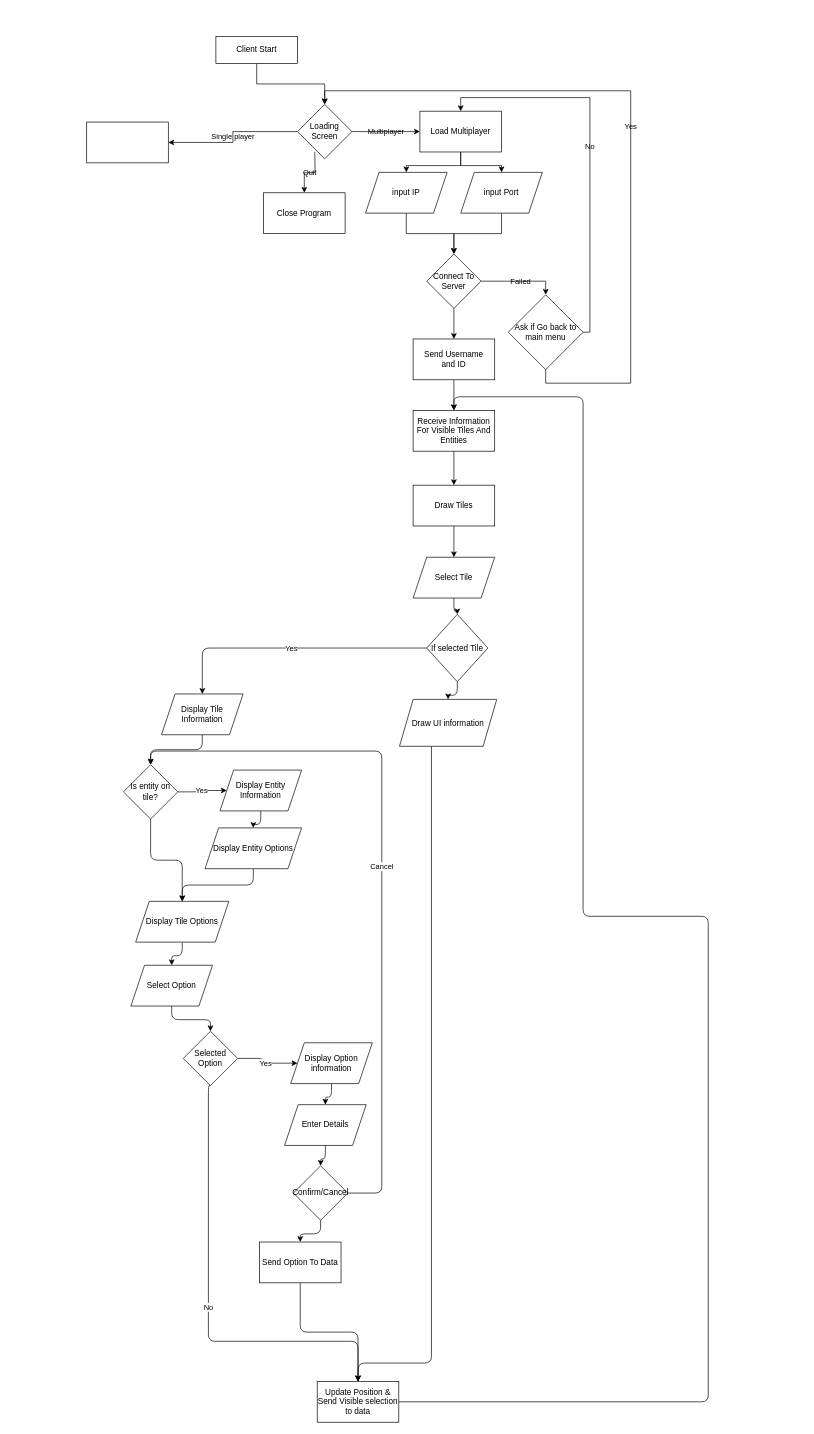
Above: DevLog/Untitled Diagram.drawio in Another-Ashl3y/monarchytiles (draw.io), before the change. Source tidied: cells renumbered, new cells numbered last; positions are measured from the earlier drawing's top-left corner, leaving out a move shared by most shapes. Both pictures are drawn from the tidied source at 68%, with x=0, y=0 at pixel (86, 36).
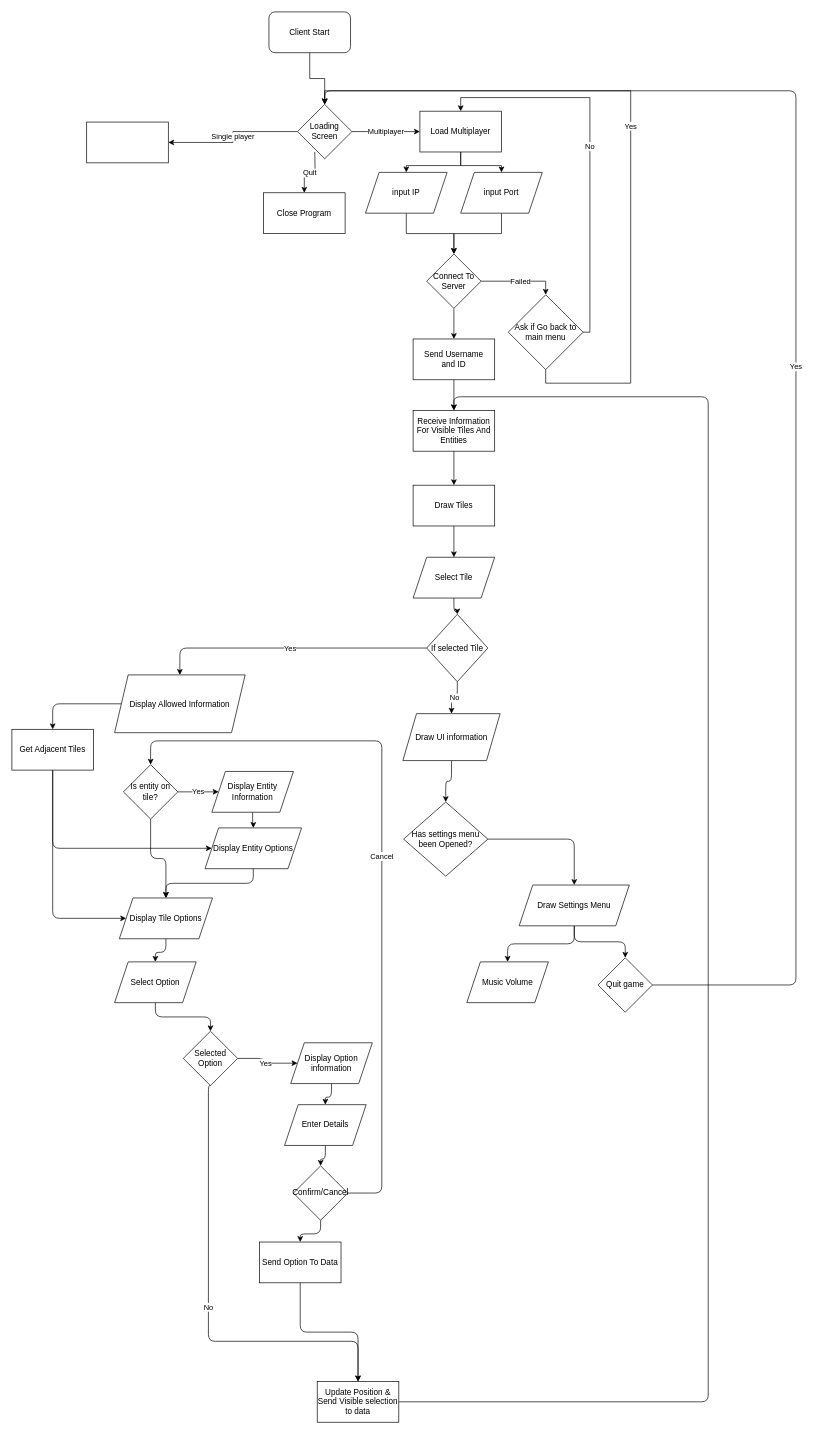
Above is the later version.

The change refers to these unchanged cells:
```xml
<mxCell id="6" value="Loading Screen" style="rhombus;whiteSpace=wrap;html=1;rounded=0;labelBackgroundColor=none;" parent="1" vertex="1">
  <mxGeometry x="310" y="100" width="80" height="80" as="geometry" />
</mxCell>
<mxCell id="9" value="Load Multiplayer" style="rounded=0;whiteSpace=wrap;html=1;labelBackgroundColor=none;" parent="1" vertex="1">
  <mxGeometry x="490" y="110" width="120" height="60" as="geometry" />
</mxCell>
<mxCell id="10" style="rounded=0;whiteSpace=wrap;html=1;labelBackgroundColor=none;" parent="1" vertex="1">
  <mxGeometry y="126" width="120" height="60" as="geometry" />
</mxCell>
<mxCell id="17" value="Connect To Server" style="rhombus;whiteSpace=wrap;html=1;rounded=0;labelBackgroundColor=none;" parent="1" vertex="1">
  <mxGeometry x="500" y="320" width="80" height="80" as="geometry" />
</mxCell>
<mxCell id="18" value="Close Program" style="rounded=0;whiteSpace=wrap;html=1;labelBackgroundColor=none;" parent="1" vertex="1">
  <mxGeometry x="260" y="230" width="120" height="60" as="geometry" />
</mxCell>
<mxCell id="22" value="Ask if Go back to main menu" style="rhombus;whiteSpace=wrap;html=1;rounded=0;labelBackgroundColor=none;" parent="1" vertex="1">
  <mxGeometry x="620" y="380" width="110" height="110" as="geometry" />
</mxCell>
<mxCell id="26" value="Receive Information For Visible Tiles And Entities" style="rounded=0;whiteSpace=wrap;html=1;labelBackgroundColor=none;" parent="1" vertex="1">
  <mxGeometry x="480" y="550" width="120" height="60" as="geometry" />
</mxCell>
<mxCell id="35" value="Is entity on tile?" style="rhombus;whiteSpace=wrap;html=1;" parent="1" vertex="1">
  <mxGeometry x="54" y="1071" width="80" height="80" as="geometry" />
</mxCell>
<mxCell id="41" value="Display Entity Options" style="shape=parallelogram;perimeter=parallelogramPerimeter;whiteSpace=wrap;html=1;fixedSize=1;" parent="1" vertex="1">
  <mxGeometry x="174" y="1164" width="142" height="60" as="geometry" />
</mxCell>
<mxCell id="44" value="If selected Tile" style="rhombus;whiteSpace=wrap;html=1;" parent="1" vertex="1">
  <mxGeometry x="500" y="850" width="90" height="99" as="geometry" />
</mxCell>
<mxCell id="56" value="Confirm/Cancel" style="rhombus;whiteSpace=wrap;html=1;" parent="1" vertex="1">
  <mxGeometry x="304" y="1661" width="80" height="80" as="geometry" />
</mxCell>
<mxCell id="60" value="Update Position &amp;amp; Send Visible selection to data" style="rounded=0;whiteSpace=wrap;html=1;" parent="1" vertex="1">
  <mxGeometry x="339" y="1978" width="120" height="60" as="geometry" />
</mxCell>
```

Change to the diagram source:
```diff
@@
-    <mxCell id="2" style="edgeStyle=orthogonalEdgeStyle;rounded=0;jettySize=auto;html=1;exitX=0.5;exitY=1;exitDx=0;exitDy=0;entryX=0.5;entryY=0;entryDx=0;entryDy=0;labelBackgroundColor=none;fontColor=default;" parent="1" edge="1" source="3" target="6">
+    <mxCell id="2" style="edgeStyle=orthogonalEdgeStyle;rounded=0;jettySize=auto;html=1;entryX=0.5;entryY=0;entryDx=0;entryDy=0;labelBackgroundColor=none;fontColor=default;exitX=0.5;exitY=1;exitDx=0;exitDy=0;" parent="1" edge="1" source="3" target="6">
       <mxGeometry relative="1" as="geometry" />
     </mxCell>
-    <mxCell id="3" value="Client Start" style="rounded=0;whiteSpace=wrap;html=1;fontSize=12;glass=0;strokeWidth=1;shadow=0;labelBackgroundColor=none;" parent="1" vertex="1">
-      <mxGeometry x="190" width="120" height="40" as="geometry" />
-    </mxCell>
-    <mxCell id="4" value="Multiplayer" style="edgeStyle=orthogonalEdgeStyle;rounded=0;jettySize=auto;html=1;entryX=0;entryY=0.5;entryDx=0;entryDy=0;labelBackgroundColor=none;fontColor=default;" parent="1" edge="1" source="6" target="9">
+    <mxCell id="4" value="Multiplayer" style="edgeStyle=orthogonalEdgeStyle;rounded=0;jettySize=auto;html=1;entryX=0;entryY=0.5;entryDx=0;entryDy=0;labelBackgroundColor=default;fontColor=default;" parent="1" edge="1" source="6" target="9">
       <mxGeometry relative="1" as="geometry" />
     </mxCell>
-    <mxCell id="5" value="Single player" style="edgeStyle=orthogonalEdgeStyle;rounded=0;jettySize=auto;html=1;entryX=1;entryY=0.5;entryDx=0;entryDy=0;labelBackgroundColor=none;fontColor=default;" parent="1" edge="1" source="6" target="10">
+    <mxCell id="5" value="Single player" style="edgeStyle=orthogonalEdgeStyle;rounded=0;jettySize=auto;html=1;entryX=1;entryY=0.5;entryDx=0;entryDy=0;labelBackgroundColor=default;fontColor=default;" parent="1" edge="1" source="6" target="10">
       <mxGeometry relative="1" as="geometry" />
     </mxCell>
@@
-    <mxCell id="15" value="Failed" style="edgeStyle=orthogonalEdgeStyle;rounded=0;jettySize=auto;html=1;entryX=0.5;entryY=0;entryDx=0;entryDy=0;labelBackgroundColor=none;fontColor=default;" parent="1" edge="1" source="17" target="22">
+    <mxCell id="15" value="Failed" style="edgeStyle=orthogonalEdgeStyle;rounded=0;jettySize=auto;html=1;entryX=0.5;entryY=0;entryDx=0;entryDy=0;labelBackgroundColor=default;fontColor=default;" parent="1" edge="1" source="17" target="22">
       <mxGeometry relative="1" as="geometry" />
     </mxCell>
@@
-    <mxCell id="19" value="Quit" style="edgeStyle=orthogonalEdgeStyle;rounded=0;jettySize=auto;html=1;entryX=0.5;entryY=0;entryDx=0;entryDy=0;labelBackgroundColor=none;fontColor=default;" parent="1" edge="1" target="18">
+    <mxCell id="19" value="Quit" style="edgeStyle=orthogonalEdgeStyle;rounded=0;jettySize=auto;html=1;entryX=0.5;entryY=0;entryDx=0;entryDy=0;labelBackgroundColor=default;fontColor=default;" parent="1" edge="1" target="18">
       <mxGeometry relative="1" as="geometry">
         <mxPoint x="335.4" y="170" as="sourcePoint" />
       </mxGeometry>
     </mxCell>
-    <mxCell id="20" value="&lt;div&gt;No&lt;/div&gt;" style="edgeStyle=orthogonalEdgeStyle;rounded=0;jettySize=auto;html=1;entryX=0.5;entryY=0;entryDx=0;entryDy=0;labelBackgroundColor=none;fontColor=default;" parent="1" edge="1" source="22" target="9">
+    <mxCell id="20" value="&lt;div&gt;No&lt;/div&gt;" style="edgeStyle=orthogonalEdgeStyle;rounded=0;jettySize=auto;html=1;entryX=0.5;entryY=0;entryDx=0;entryDy=0;labelBackgroundColor=default;fontColor=default;" parent="1" edge="1" source="22" target="9">
       <mxGeometry relative="1" as="geometry">
         <Array as="points">
           <mxPoint x="740" y="435" />
           <mxPoint x="740" y="90" />
           <mxPoint x="550" y="90" />
         </Array>
       </mxGeometry>
     </mxCell>
-    <mxCell id="21" value="Yes" style="edgeStyle=orthogonalEdgeStyle;rounded=0;jettySize=auto;html=1;exitX=0.5;exitY=1;exitDx=0;exitDy=0;entryX=0.5;entryY=0;entryDx=0;entryDy=0;labelBackgroundColor=none;fontColor=default;" parent="1" edge="1" source="22" target="6">
+    <mxCell id="21" value="Yes" style="edgeStyle=orthogonalEdgeStyle;rounded=0;jettySize=auto;html=1;exitX=0.5;exitY=1;exitDx=0;exitDy=0;entryX=0.5;entryY=0;entryDx=0;entryDy=0;labelBackgroundColor=default;fontColor=default;" parent="1" edge="1" source="22" target="6">
       <mxGeometry relative="1" as="geometry">
         <Array as="points">
           <mxPoint x="675" y="510" />
           <mxPoint x="800" y="510" />
           <mxPoint x="800" y="80" />
           <mxPoint x="350" y="80" />
         </Array>
       </mxGeometry>
     </mxCell>
@@
-    <mxCell id="31" style="edgeStyle=orthogonalEdgeStyle;jettySize=auto;html=1;entryX=0.5;entryY=0;entryDx=0;entryDy=0;" parent="1" edge="1" source="32" target="35">
-      <mxGeometry relative="1" as="geometry" />
-    </mxCell>
+    <mxCell id="63" style="edgeStyle=orthogonalEdgeStyle;jettySize=auto;html=1;entryX=0.5;entryY=0;entryDx=0;entryDy=0;" parent="1" edge="1" source="32" target="67">
+      <mxGeometry relative="1" as="geometry" />
+    </mxCell>
-    <mxCell id="32" value="Display Tile Information" style="shape=parallelogram;perimeter=parallelogramPerimeter;whiteSpace=wrap;html=1;fixedSize=1;labelBackgroundColor=none;rounded=0;" parent="1" vertex="1">
-      <mxGeometry x="110" y="967" width="120" height="60" as="geometry" />
+    <mxCell id="32" value="Display Allowed Information" style="shape=parallelogram;perimeter=parallelogramPerimeter;whiteSpace=wrap;html=1;fixedSize=1;labelBackgroundColor=none;rounded=0;" parent="1" vertex="1">
+      <mxGeometry x="41" y="939" width="192" height="85" as="geometry" />
     </mxCell>
@@
     <mxCell id="37" value="Display Entity Information" style="shape=parallelogram;perimeter=parallelogramPerimeter;whiteSpace=wrap;html=1;fixedSize=1;" parent="1" vertex="1">
-      <mxGeometry x="196" y="1079" width="120" height="60" as="geometry" />
+      <mxGeometry x="184" y="1081" width="120" height="60" as="geometry" />
     </mxCell>
@@
     <mxCell id="39" value="Display Tile Options" style="shape=parallelogram;perimeter=parallelogramPerimeter;whiteSpace=wrap;html=1;fixedSize=1;" parent="1" vertex="1">
-      <mxGeometry x="72" y="1272" width="137" height="60" as="geometry" />
+      <mxGeometry x="48" y="1267" width="137" height="60" as="geometry" />
     </mxCell>
@@
-    <mxCell id="42" value="Yes" style="edgeStyle=orthogonalEdgeStyle;jettySize=auto;html=1;entryX=0.5;entryY=0;entryDx=0;entryDy=0;" parent="1" edge="1" source="44" target="32">
+    <mxCell id="42" value="Yes" style="edgeStyle=orthogonalEdgeStyle;jettySize=auto;html=1;entryX=0.5;entryY=0;entryDx=0;entryDy=0;labelBackgroundColor=default;" parent="1" edge="1" source="44" target="32">
       <mxGeometry relative="1" as="geometry" />
     </mxCell>
-    <mxCell id="43" style="edgeStyle=orthogonalEdgeStyle;jettySize=auto;html=1;entryX=0.5;entryY=0;entryDx=0;entryDy=0;" parent="1" edge="1" source="44" target="62">
+    <mxCell id="43" value="No" style="edgeStyle=orthogonalEdgeStyle;jettySize=auto;html=1;entryX=0.5;entryY=0;entryDx=0;entryDy=0;labelBackgroundColor=default;" parent="1" edge="1" source="44" target="62">
       <mxGeometry relative="1" as="geometry" />
     </mxCell>
@@
     <mxCell id="46" value="Select Option" style="shape=parallelogram;perimeter=parallelogramPerimeter;whiteSpace=wrap;html=1;fixedSize=1;" parent="1" vertex="1">
-      <mxGeometry x="65" y="1366" width="120" height="60" as="geometry" />
+      <mxGeometry x="41" y="1361" width="120" height="60" as="geometry" />
     </mxCell>
@@
     <mxCell id="54" value="Cancel" style="edgeStyle=orthogonalEdgeStyle;jettySize=auto;html=1;exitX=1;exitY=0.5;exitDx=0;exitDy=0;entryX=0.5;entryY=0;entryDx=0;entryDy=0;" parent="1" edge="1" source="56" target="35">
       <mxGeometry relative="1" as="geometry">
         <Array as="points">
           <mxPoint x="434" y="1701" />
-          <mxPoint x="434" y="1051" />
-          <mxPoint x="94" y="1051" />
+          <mxPoint x="434" y="1036" />
+          <mxPoint x="94" y="1036" />
         </Array>
       </mxGeometry>
     </mxCell>
@@
     <mxCell id="59" style="edgeStyle=orthogonalEdgeStyle;jettySize=auto;html=1;entryX=0.5;entryY=0;entryDx=0;entryDy=0;" parent="1" edge="1" source="60" target="26">
       <mxGeometry relative="1" as="geometry">
         <Array as="points">
           <mxPoint x="914" y="2008" />
-          <mxPoint x="914" y="1294" />
-          <mxPoint x="730" y="1294" />
-          <mxPoint x="730" y="530" />
+          <mxPoint x="914" y="530" />
           <mxPoint x="540" y="530" />
         </Array>
       </mxGeometry>
     </mxCell>
@@
-    <mxCell id="61" style="edgeStyle=orthogonalEdgeStyle;jettySize=auto;html=1;entryX=0.5;entryY=0;entryDx=0;entryDy=0;" parent="1" edge="1" source="62" target="60">
-      <mxGeometry relative="1" as="geometry">
-        <Array as="points">
-          <mxPoint x="507" y="1951" />
-          <mxPoint x="399" y="1951" />
-        </Array>
-      </mxGeometry>
-    </mxCell>
+    <mxCell id="64" style="edgeStyle=orthogonalEdgeStyle;jettySize=auto;html=1;entryX=0.5;entryY=0;entryDx=0;entryDy=0;" parent="1" edge="1" source="62" target="69">
+      <mxGeometry relative="1" as="geometry" />
+    </mxCell>
     <mxCell id="62" value="Draw UI information" style="shape=parallelogram;perimeter=parallelogramPerimeter;whiteSpace=wrap;html=1;fixedSize=1;" parent="1" vertex="1">
-      <mxGeometry x="460" y="975" width="143" height="69" as="geometry" />
+      <mxGeometry x="465" y="996" width="143" height="69" as="geometry" />
     </mxCell>
+    <mxCell id="3" value="&lt;div&gt;Client Start&lt;/div&gt;" style="rounded=1;whiteSpace=wrap;html=1;" parent="1" vertex="1">
+      <mxGeometry x="268" y="-36" width="120" height="60" as="geometry" />
+    </mxCell>
+    <mxCell id="65" style="edgeStyle=orthogonalEdgeStyle;jettySize=auto;html=1;entryX=0;entryY=0.5;entryDx=0;entryDy=0;" parent="1" edge="1" source="67" target="41">
+      <mxGeometry relative="1" as="geometry">
+        <Array as="points">
+          <mxPoint x="-50" y="1194" />
+        </Array>
+      </mxGeometry>
+    </mxCell>
+    <mxCell id="66" style="edgeStyle=orthogonalEdgeStyle;jettySize=auto;html=1;entryX=0;entryY=0.5;entryDx=0;entryDy=0;" parent="1" edge="1" source="67" target="39">
+      <mxGeometry relative="1" as="geometry">
+        <Array as="points">
+          <mxPoint x="-50" y="1297" />
+        </Array>
+      </mxGeometry>
+    </mxCell>
+    <mxCell id="67" value="Get Adjacent Tiles" style="rounded=0;whiteSpace=wrap;html=1;" parent="1" vertex="1">
+      <mxGeometry x="-110" y="1019" width="120" height="60" as="geometry" />
+    </mxCell>
+    <mxCell id="68" style="edgeStyle=orthogonalEdgeStyle;jettySize=auto;html=1;entryX=0.5;entryY=0;entryDx=0;entryDy=0;" parent="1" edge="1" source="69" target="72">
+      <mxGeometry relative="1" as="geometry" />
+    </mxCell>
+    <mxCell id="69" value="Has settings menu been Opened?" style="rhombus;whiteSpace=wrap;html=1;" parent="1" vertex="1">
+      <mxGeometry x="466" y="1126" width="124" height="109" as="geometry" />
+    </mxCell>
+    <mxCell id="70" style="edgeStyle=orthogonalEdgeStyle;jettySize=auto;html=1;entryX=0.5;entryY=0;entryDx=0;entryDy=0;" parent="1" edge="1" source="72" target="73">
+      <mxGeometry relative="1" as="geometry" />
+    </mxCell>
+    <mxCell id="71" style="edgeStyle=orthogonalEdgeStyle;jettySize=auto;html=1;entryX=0.5;entryY=0;entryDx=0;entryDy=0;" parent="1" edge="1" source="72" target="75">
+      <mxGeometry relative="1" as="geometry" />
+    </mxCell>
+    <mxCell id="72" value="Draw Settings Menu" style="shape=parallelogram;perimeter=parallelogramPerimeter;whiteSpace=wrap;html=1;fixedSize=1;" parent="1" vertex="1">
+      <mxGeometry x="636" y="1248" width="162" height="60" as="geometry" />
+    </mxCell>
+    <mxCell id="73" value="Music Volume" style="shape=parallelogram;perimeter=parallelogramPerimeter;whiteSpace=wrap;html=1;fixedSize=1;" parent="1" vertex="1">
+      <mxGeometry x="559" y="1361" width="120" height="60" as="geometry" />
+    </mxCell>
+    <mxCell id="74" value="Yes" style="edgeStyle=orthogonalEdgeStyle;jettySize=auto;html=1;entryX=0.5;entryY=0;entryDx=0;entryDy=0;" parent="1" edge="1" source="75" target="6">
+      <mxGeometry relative="1" as="geometry">
+        <Array as="points">
+          <mxPoint x="1043" y="1395" />
+          <mxPoint x="1043" y="80" />
+          <mxPoint x="350" y="80" />
+        </Array>
+      </mxGeometry>
+    </mxCell>
+    <mxCell id="75" value="Quit game" style="rhombus;whiteSpace=wrap;html=1;" parent="1" vertex="1">
+      <mxGeometry x="752" y="1355" width="80" height="80" as="geometry" />
+    </mxCell>
```
